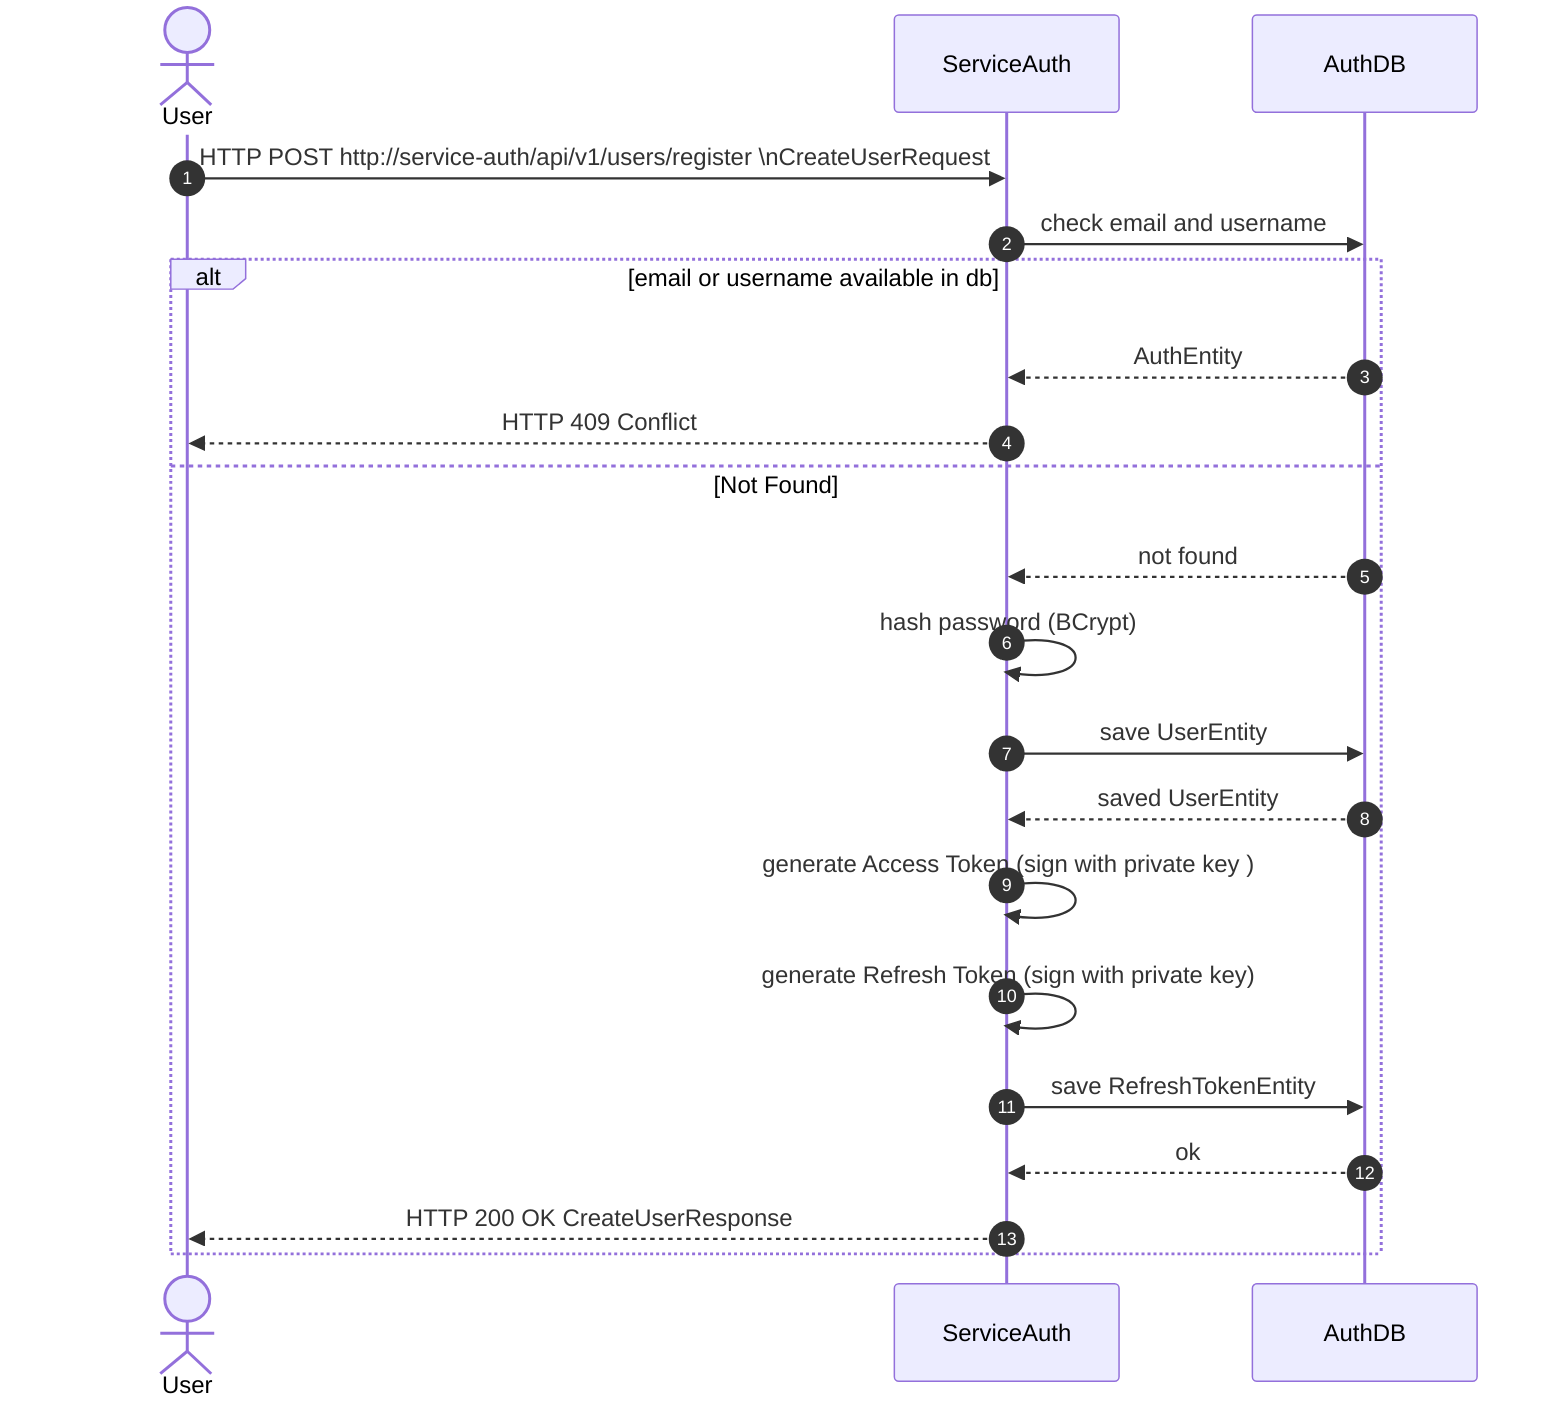
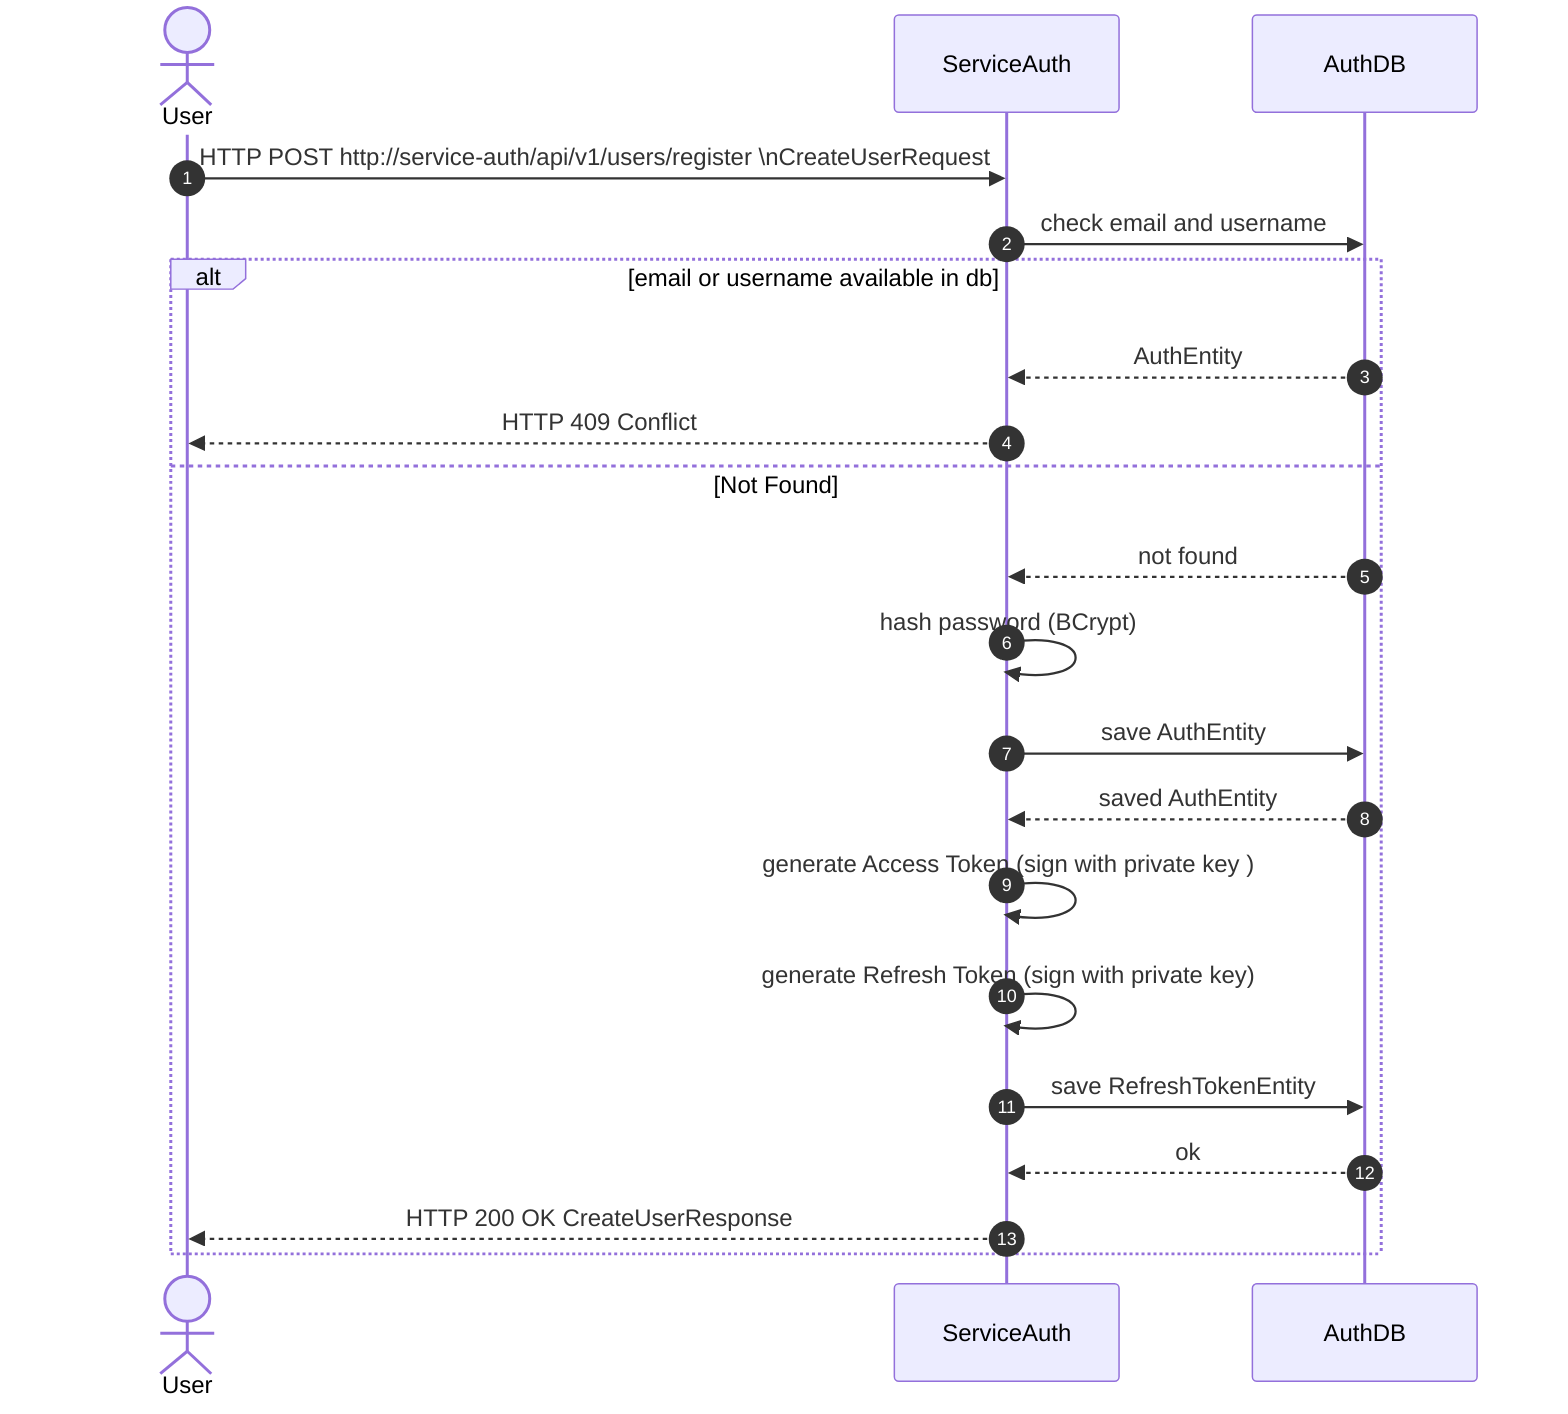
sequenceDiagram
    autonumber
    actor User
    participant ServiceAuth
    participant AuthDB

    User            ->>  ServiceAuth    :   HTTP POST http://service-auth/api/v1/users/register \nCreateUserRequest
    ServiceAuth     ->>  AuthDB         :   check email and username
    alt email or username available in db
        AuthDB      -->> ServiceAuth    :   AuthEntity
        ServiceAuth -->> User           :   HTTP 409 Conflict
    else Not Found
        AuthDB          -->> ServiceAuth    :   not found
        ServiceAuth     ->>  ServiceAuth    :   hash password (BCrypt)
-         ServiceAuth     ->>  AuthDB         :   save UserEntity
-         AuthDB          -->> ServiceAuth    :   saved UserEntity
+         ServiceAuth     ->>  AuthDB         :   save AuthEntity
+         AuthDB          -->> ServiceAuth    :   saved AuthEntity
        ServiceAuth     ->>  ServiceAuth    :   generate Access Token (sign with private key )
        ServiceAuth     ->>  ServiceAuth    :   generate Refresh Token (sign with private key)
        ServiceAuth     ->>  AuthDB         :   save RefreshTokenEntity
        AuthDB          -->> ServiceAuth    :   ok
        ServiceAuth     -->> User           :   HTTP 200 OK CreateUserResponse
    end